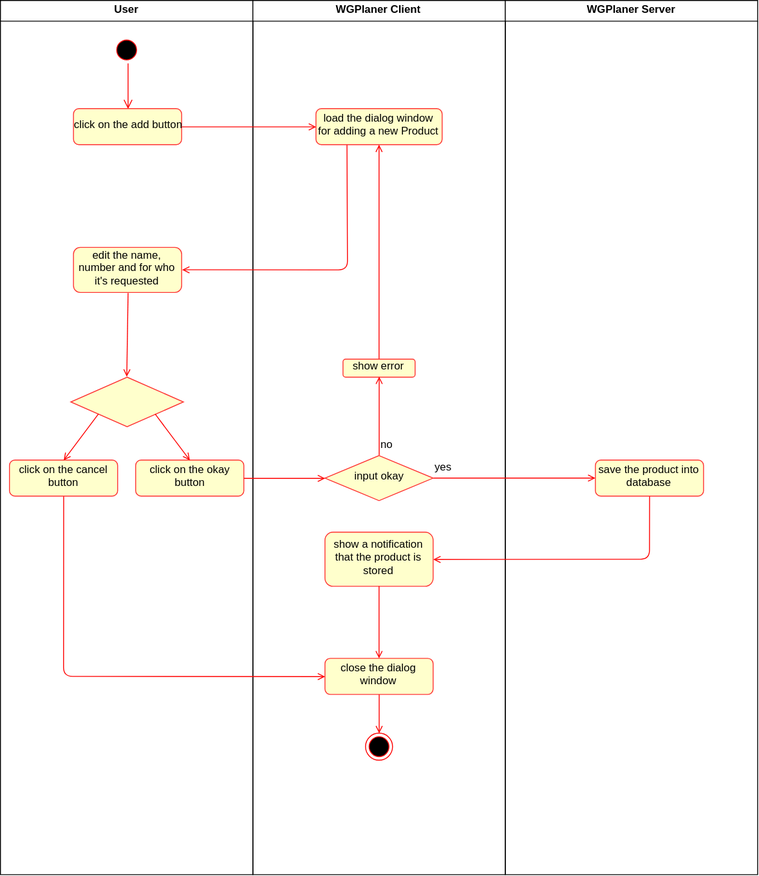
This is Documentation/ActivityDiagrams/uc_add_item_activity_diagramm.svg from WGPlaner/wg_planer, a draw.io export, as it was before one commit. Source tidied: cells renumbered, new cells last; positions are measured from the earlier drawing's top-left corner, leaving out a move shared by most shapes.
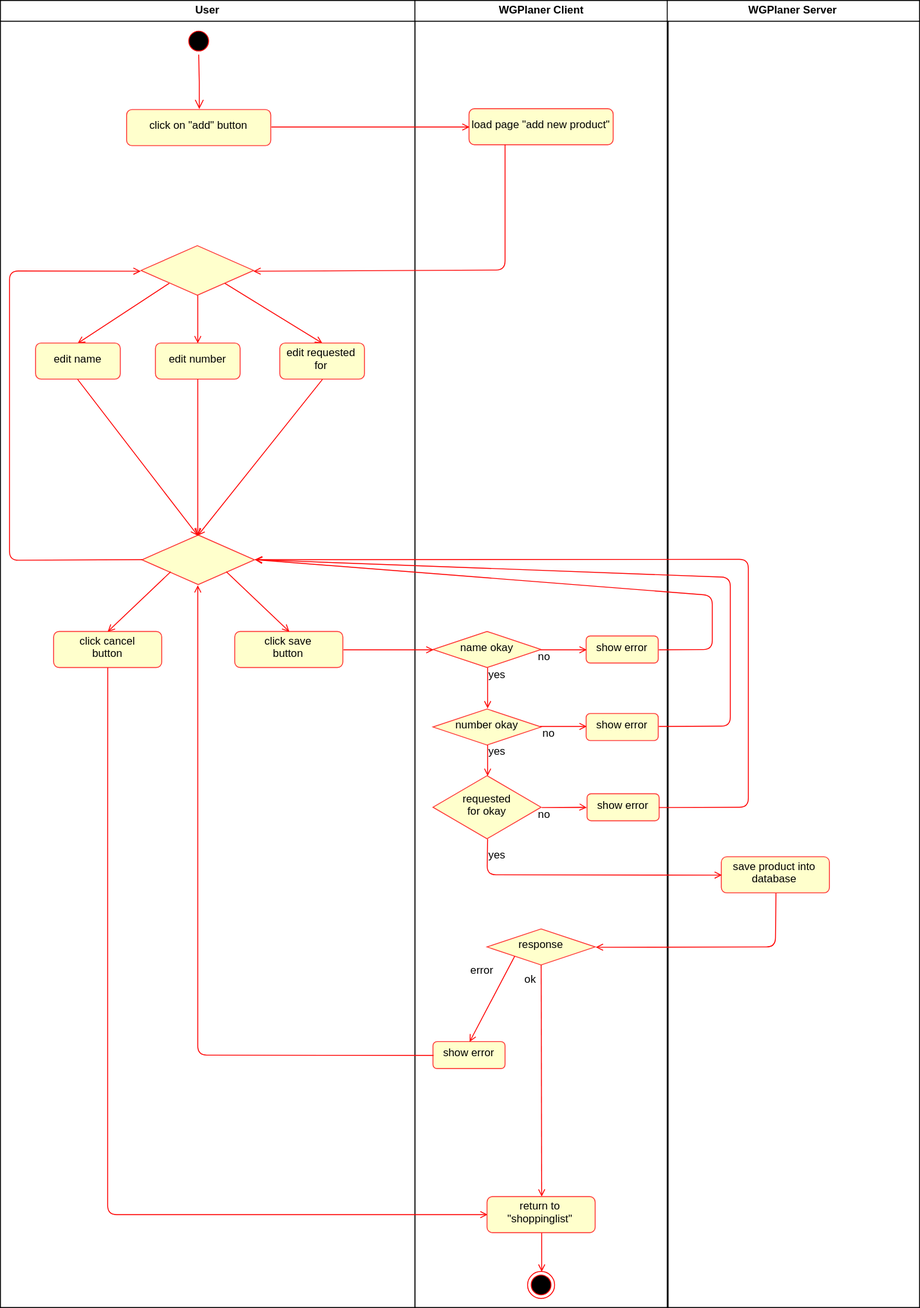
After the commit.

The edit, as a diff of the source:
```diff
@@ -3,115 +3,245 @@
     <mxCell id="0" />
     <mxCell id="1" parent="0" />
     <mxCell id="2" value="User" style="swimlane;whiteSpace=wrap;" parent="1" vertex="1">
-      <mxGeometry width="280" height="970" as="geometry" />
+      <mxGeometry x="-180" width="460" height="1450" as="geometry" />
     </mxCell>
     <mxCell id="3" style="ellipse;shape=startState;fillColor=#000000;strokeColor=#ff0000;" parent="2" vertex="1">
-      <mxGeometry x="125" y="40" width="30" height="30" as="geometry" />
+      <mxGeometry x="205" y="30" width="30" height="30" as="geometry" />
     </mxCell>
     <mxCell id="4" style="edgeStyle=elbowEdgeStyle;elbow=horizontal;verticalAlign=bottom;endArrow=open;endSize=8;strokeColor=#FF0000;endFill=1;rounded=0;entryX=0.5;entryY=0;" parent="2" edge="1" source="3" target="5">
-      <mxGeometry x="100" y="40" as="geometry" />
+      <mxGeometry x="200" y="40" as="geometry" />
     </mxCell>
-    <mxCell id="5" value="click on the add button" style="rounded=1;whiteSpace=wrap;html=1;fillColor=#FFFFCC;strokeColor=#FF3333;" parent="2" vertex="1">
-      <mxGeometry x="81" y="120" width="120" height="40" as="geometry" />
+    <mxCell id="5" value="click on &quot;add&quot; button" style="rounded=1;whiteSpace=wrap;html=1;fillColor=#FFFFCC;strokeColor=#FF3333;" parent="2" vertex="1">
+      <mxGeometry x="140" y="121" width="160" height="40" as="geometry" />
     </mxCell>
     <mxCell id="6" style="edgeStyle=orthogonalEdgeStyle;rounded=0;html=1;exitX=0.5;exitY=0;entryX=0.5;entryY=0;jettySize=auto;orthogonalLoop=1;strokeColor=#FF0000;" parent="2" edge="1" source="5" target="5">
       <mxGeometry relative="1" as="geometry" />
     </mxCell>
-    <mxCell id="7" value="edit the name, number and for who it's requested" style="rounded=1;whiteSpace=wrap;html=1;fillColor=#FFFFCC;strokeColor=#FF3333;" parent="2" vertex="1">
-      <mxGeometry x="81" y="274" width="120" height="50" as="geometry" />
-    </mxCell>
     <mxCell id="8" style="rhombus;whiteSpace=wrap;html=1;strokeColor=#FF3333;fillColor=#FFFFCC;" parent="2" vertex="1">
-      <mxGeometry x="78" y="418" width="125" height="55" as="geometry" />
+      <mxGeometry x="157" y="593" width="125" height="55" as="geometry" />
     </mxCell>
-    <mxCell id="9" style="endArrow=open;html=1;strokeColor=#FF0000;exitX=0.5;exitY=1;endFill=0;entryX=0.5;entryY=0;" parent="2" edge="1" source="7" target="8">
-      <mxGeometry relative="1" as="geometry" />
-    </mxCell>
-    <mxCell id="10" value="click on the cancel&lt;br&gt;button" style="rounded=1;whiteSpace=wrap;html=1;fillColor=#FFFFCC;strokeColor=#FF3333;" parent="2" vertex="1">
-      <mxGeometry x="10" y="510" width="120" height="40" as="geometry" />
+    <mxCell id="10" value="click cancel&lt;br&gt;button" style="rounded=1;whiteSpace=wrap;html=1;fillColor=#FFFFCC;strokeColor=#FF3333;" parent="2" vertex="1">
+      <mxGeometry x="59" y="700" width="120" height="40" as="geometry" />
     </mxCell>
     <mxCell id="11" style="endArrow=open;html=1;strokeColor=#FF0000;entryX=0.5;entryY=0;endFill=0;exitX=0;exitY=1;" parent="2" edge="1" source="8" target="10">
       <mxGeometry relative="1" as="geometry" />
     </mxCell>
-    <mxCell id="12" value="click on the okay &lt;br&gt;button" style="rounded=1;whiteSpace=wrap;html=1;fillColor=#FFFFCC;strokeColor=#FF3333;" parent="2" vertex="1">
-      <mxGeometry x="150" y="510" width="120" height="40" as="geometry" />
+    <mxCell id="12" value="click save&lt;br&gt;button" style="rounded=1;whiteSpace=wrap;html=1;fillColor=#FFFFCC;strokeColor=#FF3333;" parent="2" vertex="1">
+      <mxGeometry x="260" y="700" width="120" height="40" as="geometry" />
     </mxCell>
     <mxCell id="13" style="endArrow=open;html=1;strokeColor=#FF0000;entryX=0.5;entryY=0;endFill=0;exitX=1;exitY=1;" parent="2" edge="1" source="8" target="12">
       <mxGeometry relative="1" as="geometry" />
     </mxCell>
+    <mxCell id="35" style="edgeStyle=none;rounded=0;html=1;exitX=1;exitY=0;entryX=0.5;entryY=0;endArrow=open;endFill=0;jettySize=auto;strokeColor=#FF0000;strokeWidth=1;" parent="2" edge="1" source="38" target="44">
+      <mxGeometry relative="1" as="geometry" />
+    </mxCell>
+    <mxCell id="36" style="edgeStyle=none;rounded=0;html=1;exitX=0.5;exitY=0;entryX=0.5;entryY=0;endArrow=open;endFill=0;jettySize=auto;strokeColor=#FF0000;strokeWidth=1;" parent="2" edge="1" source="38" target="42">
+      <mxGeometry relative="1" as="geometry" />
+    </mxCell>
+    <mxCell id="37" style="edgeStyle=none;rounded=0;html=1;exitX=0;exitY=0;entryX=0.5;entryY=0;endArrow=open;endFill=0;jettySize=auto;strokeColor=#FF0000;strokeWidth=1;" parent="2" edge="1" source="38" target="40">
+      <mxGeometry relative="1" as="geometry" />
+    </mxCell>
+    <mxCell id="38" style="rhombus;whiteSpace=wrap;html=1;strokeColor=#FF3333;fillColor=#FFFFCC;direction=west;" parent="2" vertex="1">
+      <mxGeometry x="156" y="272" width="125" height="55" as="geometry" />
+    </mxCell>
+    <mxCell id="39" style="edgeStyle=none;rounded=0;html=1;exitX=0.5;exitY=1;entryX=0.5;entryY=0;endArrow=open;endFill=0;jettySize=auto;strokeColor=#FF0000;strokeWidth=1;" parent="2" edge="1" source="40" target="8">
+      <mxGeometry relative="1" as="geometry" />
+    </mxCell>
+    <mxCell id="40" value="edit requested for" style="rounded=1;whiteSpace=wrap;html=1;fillColor=#FFFFCC;strokeColor=#FF3333;" parent="2" vertex="1">
+      <mxGeometry x="310" y="380" width="94" height="40" as="geometry" />
+    </mxCell>
+    <mxCell id="41" style="edgeStyle=none;rounded=0;html=1;exitX=0.5;exitY=1;endArrow=open;endFill=0;jettySize=auto;strokeColor=#FF0000;strokeWidth=1;entryX=0.5;entryY=0;" parent="2" edge="1" source="42" target="8">
+      <mxGeometry relative="1" as="geometry" />
+    </mxCell>
+    <mxCell id="42" value="edit number" style="rounded=1;whiteSpace=wrap;html=1;fillColor=#FFFFCC;strokeColor=#FF3333;" parent="2" vertex="1">
+      <mxGeometry x="172" y="380" width="94" height="40" as="geometry" />
+    </mxCell>
+    <mxCell id="43" style="edgeStyle=none;rounded=0;html=1;exitX=0.5;exitY=1;endArrow=open;endFill=0;jettySize=auto;strokeColor=#FF0000;strokeWidth=1;entryX=0.5;entryY=0;" parent="2" edge="1" source="44" target="8">
+      <mxGeometry relative="1" as="geometry" />
+    </mxCell>
+    <mxCell id="44" value="edit name" style="rounded=1;whiteSpace=wrap;html=1;fillColor=#FFFFCC;strokeColor=#FF3333;" parent="2" vertex="1">
+      <mxGeometry x="39" y="380" width="94" height="40" as="geometry" />
+    </mxCell>
+    <mxCell id="45" style="edgeStyle=none;rounded=1;html=1;endArrow=open;endFill=0;jettySize=auto;strokeColor=#FF0000;strokeWidth=1;exitX=0;exitY=0.5;entryX=1;entryY=0.5;" parent="2" edge="1" source="8" target="38">
+      <mxGeometry relative="1" as="geometry">
+        <Array as="points">
+          <mxPoint x="10" y="621" />
+          <mxPoint x="10" y="550" />
+          <mxPoint x="10" y="300" />
+        </Array>
+      </mxGeometry>
+    </mxCell>
     <mxCell id="14" value="WGPlaner Client" style="swimlane;whiteSpace=wrap;" parent="1" vertex="1">
-      <mxGeometry x="280" width="280" height="970" as="geometry" />
+      <mxGeometry x="280" width="281" height="1450" as="geometry" />
     </mxCell>
-    <mxCell id="15" value="load the dialog window for adding a new Product" style="rounded=1;whiteSpace=wrap;html=1;fillColor=#FFFFCC;strokeColor=#FF3333;" parent="14" vertex="1">
-      <mxGeometry x="70" y="120" width="140" height="40" as="geometry" />
+    <mxCell id="15" value="load page &quot;add new product&quot;" style="rounded=1;whiteSpace=wrap;html=1;fillColor=#FFFFCC;strokeColor=#FF3333;" parent="14" vertex="1">
+      <mxGeometry x="60" y="120" width="160" height="40" as="geometry" />
     </mxCell>
-    <mxCell id="16" style="edgeStyle=orthogonalEdgeStyle;rounded=0;html=1;endArrow=open;endFill=0;jettySize=auto;strokeColor=#FF0000;" parent="14" edge="1" source="17" target="15">
-      <mxGeometry relative="1" as="geometry" />
-    </mxCell>
     <mxCell id="17" value="show error" style="rounded=1;whiteSpace=wrap;html=1;fillColor=#FFFFCC;strokeColor=#FF3333;" parent="14" vertex="1">
-      <mxGeometry x="100" y="398" width="80" height="20" as="geometry" />
+      <mxGeometry x="190" y="705" width="80" height="30" as="geometry" />
     </mxCell>
-    <mxCell id="18" style="ellipse;shape=endState;fillColor=#000000;strokeColor=#ff0000;" parent="14" vertex="1">
-      <mxGeometry x="125" y="813" width="30" height="30" as="geometry" />
-    </mxCell>
-    <mxCell id="19" value="no&lt;br&gt;" style="text;html=1;align=left;verticalAlign=top;spacingTop=-4;" parent="14" vertex="1">
-      <mxGeometry x="140" y="485" width="30" height="20" as="geometry" />
-    </mxCell>
+    <mxCell id="46" value="no&lt;br&gt;" style="text;html=1;align=left;verticalAlign=top;spacingTop=-4;" parent="14" vertex="1">
+      <mxGeometry x="135" y="720" width="30" height="20" as="geometry" />
+    </mxCell>
     <mxCell id="20" value="yes" style="text;html=1;align=left;verticalAlign=top;spacingTop=-4;" parent="14" vertex="1">
-      <mxGeometry x="200" y="510" width="30" height="20" as="geometry" />
+      <mxGeometry x="80" y="740" width="30" height="20" as="geometry" />
     </mxCell>
-    <mxCell id="21" value="show a notification that the product is stored" style="rounded=1;whiteSpace=wrap;html=1;fillColor=#FFFFCC;strokeColor=#FF3333;" parent="14" vertex="1">
-      <mxGeometry x="80" y="590" width="120" height="60" as="geometry" />
-    </mxCell>
+    <mxCell id="47" style="edgeStyle=none;rounded=1;html=1;exitX=0.5;exitY=1;entryX=0.5;entryY=0;endArrow=open;endFill=0;jettySize=auto;strokeColor=#FF0000;strokeWidth=1;" parent="14" edge="1" source="48" target="52">
+      <mxGeometry relative="1" as="geometry" />
+    </mxCell>
+    <mxCell id="48" value="number okay" style="rhombus;whiteSpace=wrap;html=1;strokeColor=#FF3333;fillColor=#FFFFCC;" parent="14" vertex="1">
+      <mxGeometry x="20" y="786" width="120" height="40" as="geometry" />
+    </mxCell>
+    <mxCell id="49" value="show error" style="rounded=1;whiteSpace=wrap;html=1;fillColor=#FFFFCC;strokeColor=#FF3333;" parent="14" vertex="1">
+      <mxGeometry x="190" y="791" width="80" height="30" as="geometry" />
+    </mxCell>
+    <mxCell id="50" value="no&lt;br&gt;" style="text;html=1;points=[];align=left;verticalAlign=top;spacingTop=-4;" parent="14" vertex="1">
+      <mxGeometry x="140" y="805" width="30" height="20" as="geometry" />
+    </mxCell>
+    <mxCell id="51" style="edgeStyle=orthogonalEdgeStyle;rounded=0;html=1;endArrow=open;endFill=0;jettySize=auto;strokeColor=#FF0000;entryX=0;entryY=0.5;exitX=-0.024;exitY=0.043;exitPerimeter=0;" parent="14" edge="1" source="50" target="49">
+      <mxGeometry relative="1" as="geometry">
+        <Array as="points">
+          <mxPoint x="185" y="806" />
+        </Array>
+      </mxGeometry>
+    </mxCell>
+    <mxCell id="52" value="requested &lt;br&gt;for okay" style="rhombus;whiteSpace=wrap;html=1;strokeColor=#FF3333;fillColor=#FFFFCC;" parent="14" vertex="1">
+      <mxGeometry x="20" y="860" width="120" height="70" as="geometry" />
+    </mxCell>
+    <mxCell id="53" value="show error" style="rounded=1;whiteSpace=wrap;html=1;fillColor=#FFFFCC;strokeColor=#FF3333;" parent="14" vertex="1">
+      <mxGeometry x="191" y="880" width="80" height="30" as="geometry" />
+    </mxCell>
+    <mxCell id="54" value="show error" style="rounded=1;whiteSpace=wrap;html=1;fillColor=#FFFFCC;strokeColor=#FF3333;" parent="14" vertex="1">
+      <mxGeometry x="20" y="1155" width="80" height="30" as="geometry" />
+    </mxCell>
+    <mxCell id="55" value="no&lt;br&gt;" style="text;html=1;align=left;verticalAlign=top;spacingTop=-4;" parent="14" vertex="1">
+      <mxGeometry x="135" y="895" width="30" height="20" as="geometry" />
+    </mxCell>
+    <mxCell id="56" style="edgeStyle=orthogonalEdgeStyle;rounded=0;html=1;endArrow=open;endFill=0;jettySize=auto;strokeColor=#FF0000;exitX=1;exitY=0.5;" parent="14" edge="1" source="52">
+      <mxGeometry relative="1" as="geometry">
+        <mxPoint x="191" y="895" as="targetPoint" />
+        <Array as="points">
+          <mxPoint x="186" y="895" />
+        </Array>
+      </mxGeometry>
+    </mxCell>
+    <mxCell id="57" value="yes" style="text;html=1;align=left;verticalAlign=top;spacingTop=-4;" parent="14" vertex="1">
+      <mxGeometry x="80" y="825" width="30" height="20" as="geometry" />
+    </mxCell>
+    <mxCell id="58" value="response" style="rhombus;whiteSpace=wrap;html=1;strokeColor=#FF3333;fillColor=#FFFFCC;" parent="14" vertex="1">
+      <mxGeometry x="80" y="1030" width="120" height="40" as="geometry" />
+    </mxCell>
+    <mxCell id="59" value="yes" style="text;html=1;align=left;verticalAlign=top;spacingTop=-4;" parent="14" vertex="1">
+      <mxGeometry x="80" y="940" width="30" height="20" as="geometry" />
+    </mxCell>
+    <mxCell id="60" style="endArrow=open;html=1;strokeColor=#FF0000;strokeWidth=1;exitX=0;exitY=1;endFill=0;entryX=0.5;entryY=0;" parent="14" edge="1" source="58" target="54">
+      <mxGeometry relative="1" as="geometry" />
+    </mxCell>
+    <mxCell id="61" value="error" style="text;html=1;align=left;verticalAlign=top;spacingTop=-4;rotation=0;" parent="14" vertex="1">
+      <mxGeometry x="60" y="1068" width="40" height="20" as="geometry" />
+    </mxCell>
     <mxCell id="22" value="WGPlaner Server" style="swimlane;whiteSpace=wrap;" parent="1" vertex="1">
-      <mxGeometry x="560" width="280" height="970" as="geometry" />
+      <mxGeometry x="560" width="280" height="1450" as="geometry" />
     </mxCell>
-    <mxCell id="23" value="save the product into database" style="rounded=1;whiteSpace=wrap;html=1;fillColor=#FFFFCC;strokeColor=#FF3333;" parent="22" vertex="1">
-      <mxGeometry x="100" y="510" width="120" height="40" as="geometry" />
-    </mxCell>
-    <mxCell id="24" style="edgeStyle=orthogonalEdgeStyle;rounded=0;html=1;endArrow=open;endFill=0;jettySize=auto;strokeColor=#FF0000;" parent="1" edge="1" source="25" target="23">
-      <mxGeometry relative="1" as="geometry" />
+    <mxCell id="24" style="edgeStyle=orthogonalEdgeStyle;rounded=0;html=1;endArrow=open;endFill=0;jettySize=auto;strokeColor=#FF0000;entryX=0;entryY=0.5;" parent="1" edge="1" source="25" target="17">
+      <mxGeometry relative="1" as="geometry">
+        <Array as="points">
+          <mxPoint x="460" y="720" />
+          <mxPoint x="460" y="720" />
+        </Array>
+      </mxGeometry>
     </mxCell>
-    <mxCell id="25" value="input okay" style="rhombus;whiteSpace=wrap;html=1;strokeColor=#FF3333;fillColor=#FFFFCC;" parent="1" vertex="1">
-      <mxGeometry x="360" y="505" width="120" height="50" as="geometry" />
+    <mxCell id="25" value="name okay" style="rhombus;whiteSpace=wrap;html=1;strokeColor=#FF3333;fillColor=#FFFFCC;" parent="1" vertex="1">
+      <mxGeometry x="300" y="700" width="120" height="40" as="geometry" />
     </mxCell>
-    <mxCell id="26" style="endArrow=open;html=1;strokeColor=#FF0000;exitX=0.5;exitY=0;endFill=0;entryX=0.5;entryY=1;" parent="1" edge="1" source="25" target="17">
+    <mxCell id="26" style="endArrow=open;html=1;strokeColor=#FF0000;exitX=0.5;exitY=1;endFill=0;entryX=0.5;entryY=0;" parent="1" edge="1" source="25" target="48">
       <mxGeometry relative="1" as="geometry" />
     </mxCell>
-    <mxCell id="27" style="edgeStyle=orthogonalEdgeStyle;rounded=0;html=1;entryX=0.5;entryY=0;endArrow=open;endFill=0;jettySize=auto;strokeColor=#FF0000;" parent="1" edge="1" source="28" target="18">
-      <mxGeometry relative="1" as="geometry" />
-    </mxCell>
-    <mxCell id="28" value="close the dialog window" style="rounded=1;whiteSpace=wrap;html=1;fillColor=#FFFFCC;strokeColor=#FF3333;" parent="1" vertex="1">
-      <mxGeometry x="360" y="730" width="120" height="40" as="geometry" />
-    </mxCell>
     <mxCell id="29" style="endArrow=open;html=1;strokeColor=#FF0000;exitX=1;exitY=0.5;entryX=0;entryY=0.5;endFill=0;" parent="1" edge="1" source="5" target="15">
       <mxGeometry relative="1" as="geometry" />
     </mxCell>
-    <mxCell id="30" style="endArrow=open;html=1;strokeColor=#FF0000;entryX=1;entryY=0.5;endFill=0;exitX=0.25;exitY=1;" parent="1" edge="1" source="15" target="7">
+    <mxCell id="30" style="endArrow=open;html=1;strokeColor=#FF0000;endFill=0;entryX=0;entryY=0.5;" parent="1" edge="1" target="38">
       <mxGeometry relative="1" as="geometry">
+        <mxPoint x="380" y="160" as="sourcePoint" />
         <Array as="points">
-          <mxPoint x="385" y="299" />
+          <mxPoint x="380" y="299" />
         </Array>
       </mxGeometry>
     </mxCell>
     <mxCell id="31" style="endArrow=open;html=1;strokeColor=#FF0000;exitX=1;exitY=0.5;entryX=0;entryY=0.5;endFill=0;" parent="1" edge="1" source="12" target="25">
       <mxGeometry relative="1" as="geometry" />
     </mxCell>
-    <mxCell id="32" style="endArrow=open;html=1;strokeColor=#FF0000;exitX=0.5;exitY=1;endFill=0;entryX=0;entryY=0.5;" parent="1" edge="1" source="10" target="28">
+    <mxCell id="32" style="endArrow=open;html=1;strokeColor=#FF0000;exitX=0.5;exitY=1;endFill=0;entryX=0;entryY=0.5;" parent="1" edge="1" target="28">
       <mxGeometry relative="1" as="geometry">
+        <mxPoint x="-60.9" y="740.2" as="sourcePoint" />
         <Array as="points">
-          <mxPoint x="70" y="750" />
+          <mxPoint x="-61" y="950" />
+          <mxPoint x="-61" y="1347" />
         </Array>
       </mxGeometry>
     </mxCell>
-    <mxCell id="33" style="endArrow=open;html=1;strokeColor=#FF0000;endFill=0;exitX=0.5;exitY=1;entryX=1;entryY=0.5;" parent="1" edge="1" source="23" target="21">
+    <mxCell id="33" style="endArrow=open;html=1;strokeColor=#FF0000;endFill=0;exitX=0.5;exitY=1;entryX=1;entryY=0.5;" parent="1" edge="1" source="23" target="58">
       <mxGeometry relative="1" as="geometry">
         <Array as="points">
-          <mxPoint x="720" y="620" />
+          <mxPoint x="680" y="1050" />
         </Array>
       </mxGeometry>
     </mxCell>
-    <mxCell id="34" style="edgeStyle=orthogonalEdgeStyle;curved=1;rounded=0;html=1;endArrow=open;endFill=0;jettySize=auto;strokeColor=#FF0000;" parent="1" edge="1" source="21" target="28">
-      <mxGeometry relative="1" as="geometry" />
-    </mxCell>
+    <mxCell id="18" style="ellipse;shape=endState;fillColor=#000000;strokeColor=#ff0000;" parent="1" vertex="1">
+      <mxGeometry x="405" y="1410" width="30" height="30" as="geometry" />
+    </mxCell>
+    <mxCell id="27" style="edgeStyle=orthogonalEdgeStyle;rounded=0;html=1;entryX=0.5;entryY=0;endArrow=open;endFill=0;jettySize=auto;strokeColor=#FF0000;" parent="1" edge="1" source="28" target="18">
+      <mxGeometry relative="1" as="geometry" />
+    </mxCell>
+    <mxCell id="28" value="return to &quot;shoppinglist&quot;" style="rounded=1;whiteSpace=wrap;html=1;fillColor=#FFFFCC;strokeColor=#FF3333;" parent="1" vertex="1">
+      <mxGeometry x="360" y="1327" width="120" height="40" as="geometry" />
+    </mxCell>
+    <mxCell id="23" value="save product into database" style="rounded=1;whiteSpace=wrap;html=1;fillColor=#FFFFCC;strokeColor=#FF3333;" parent="1" vertex="1">
+      <mxGeometry x="620" y="950" width="120" height="40" as="geometry" />
+    </mxCell>
+    <mxCell id="62" style="edgeStyle=none;rounded=1;html=1;exitX=0.5;exitY=1;entryX=0;entryY=0.5;endArrow=open;endFill=0;jettySize=auto;strokeColor=#FF0000;strokeWidth=1;" parent="1" edge="1" source="52" target="23">
+      <mxGeometry relative="1" as="geometry">
+        <Array as="points">
+          <mxPoint x="360" y="970" />
+        </Array>
+      </mxGeometry>
+    </mxCell>
+    <mxCell id="63" style="edgeStyle=none;rounded=1;html=1;entryX=0.5;entryY=0;endArrow=open;endFill=0;jettySize=auto;strokeColor=#FF0000;strokeWidth=1;" parent="1" edge="1" source="58" target="28">
+      <mxGeometry relative="1" as="geometry" />
+    </mxCell>
+    <mxCell id="64" value="ok" style="text;html=1;align=left;verticalAlign=top;spacingTop=-4;" parent="1" vertex="1">
+      <mxGeometry x="400" y="1078" width="30" height="20" as="geometry" />
+    </mxCell>
+    <mxCell id="65" style="edgeStyle=none;rounded=1;html=1;entryX=0.5;entryY=1;endArrow=open;endFill=0;jettySize=auto;strokeColor=#FF0000;strokeWidth=1;exitX=0;exitY=0.5;" parent="1" edge="1" source="54" target="8">
+      <mxGeometry relative="1" as="geometry">
+        <Array as="points">
+          <mxPoint x="39" y="1170" />
+        </Array>
+      </mxGeometry>
+    </mxCell>
+    <mxCell id="66" style="edgeStyle=none;rounded=1;html=1;entryX=1;entryY=0.5;endArrow=open;endFill=0;jettySize=auto;strokeColor=#FF0000;strokeWidth=1;exitX=1;exitY=0.5;" parent="1" edge="1" source="17" target="8">
+      <mxGeometry relative="1" as="geometry">
+        <Array as="points">
+          <mxPoint x="610" y="720" />
+          <mxPoint x="610" y="660" />
+        </Array>
+      </mxGeometry>
+    </mxCell>
+    <mxCell id="67" style="edgeStyle=none;rounded=1;html=1;entryX=1;entryY=0.5;endArrow=open;endFill=0;jettySize=auto;strokeColor=#FF0000;strokeWidth=1;exitX=1;exitY=0.5;" parent="1" edge="1" source="49" target="8">
+      <mxGeometry relative="1" as="geometry">
+        <Array as="points">
+          <mxPoint x="630" y="805" />
+          <mxPoint x="630" y="640" />
+        </Array>
+      </mxGeometry>
+    </mxCell>
+    <mxCell id="68" style="edgeStyle=none;rounded=1;html=1;entryX=1;entryY=0.5;endArrow=open;endFill=0;jettySize=auto;strokeColor=#FF0000;strokeWidth=1;exitX=1;exitY=0.5;" parent="1" edge="1" source="53" target="8">
+      <mxGeometry relative="1" as="geometry">
+        <Array as="points">
+          <mxPoint x="650" y="895" />
+          <mxPoint x="650" y="620" />
+        </Array>
+      </mxGeometry>
+    </mxCell>
   </root>
 </mxGraphModel>
```
